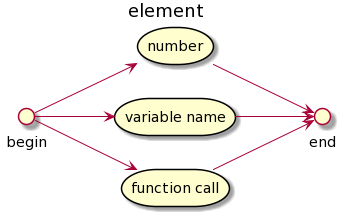
Above: img/element.png in AndreyBezverkhniy/KVM (PlantUML), before the change.
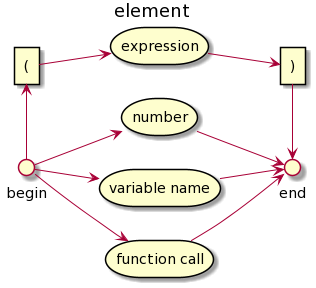
After the commit.

Commit message:
fixed: spec: expression, element

Diff of the diagram source:
```diff
@@ -7,10 +7,17 @@
 storage number
 storage "variable name" as varname
 storage "function call" as fcall
+rectangle "(" as L
+rectangle ")" as R
+storage expression
 
 BEGIN-->number
 BEGIN-->varname
 BEGIN-->fcall
+L<-BEGIN
+L-->expression
+expression-->R
+R->END
 number-->END
 varname-->END
 fcall-->END
```
